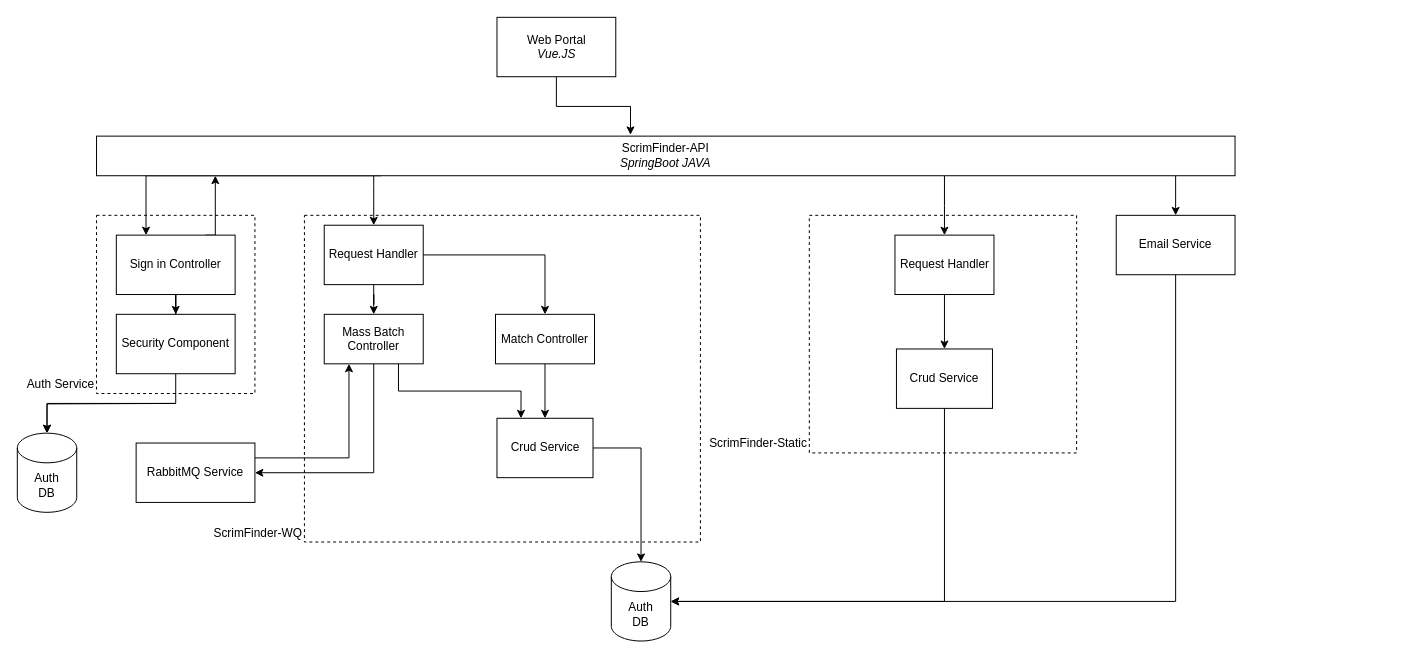
Above: page "C3" (3 of 3) of Documentation/UML/C4ScrimFinder.drawio in SemPlasmeijer/scrimFinder-Docker (draw.io), before the change. Source tidied: cells renumbered, new cells numbered last; positions are measured from the earlier drawing's top-left corner, leaving out a move shared by most shapes. Both pictures are drawn from the tidied source at 99%, with x=0, y=0 at pixel (17, 17).
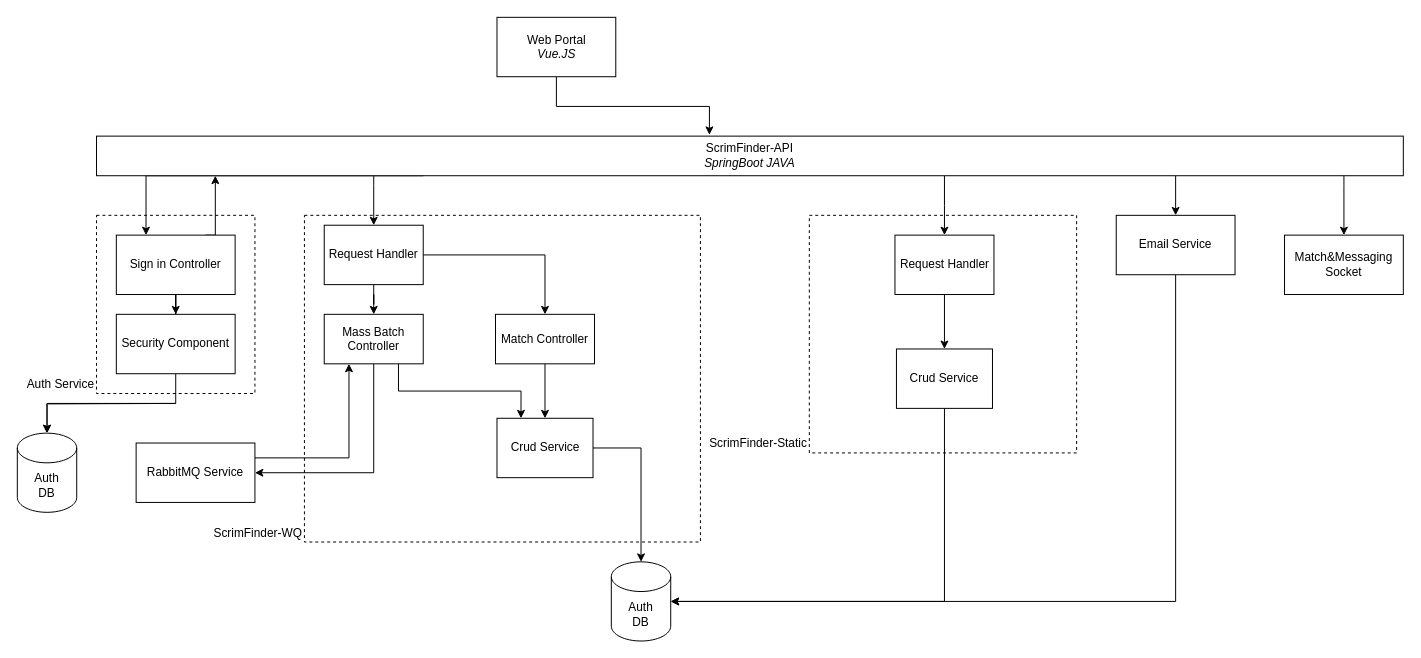
The same diagram, later.

What changed in the source:
```diff
@@
     <mxCell id="8" value="ScrimFinder-API&lt;br&gt;&lt;i&gt;SpringBoot JAVA&lt;/i&gt;" style="rounded=0;whiteSpace=wrap;html=1;" parent="1" vertex="1">
-      <mxGeometry x="80" y="120" width="1150" height="40" as="geometry" />
+      <mxGeometry x="80" y="120" width="1320" height="40" as="geometry" />
     </mxCell>
@@
+    <mxCell id="38" style="edgeStyle=orthogonalEdgeStyle;rounded=0;jettySize=auto;html=1;endArrow=none;endFill=0;startArrow=classic;startFill=1;" parent="1" edge="1" source="39">
+      <mxGeometry relative="1" as="geometry">
+        <mxPoint x="1340" y="160" as="targetPoint" />
+        <Array as="points">
+          <mxPoint x="1340" y="170" />
+          <mxPoint x="1340" y="170" />
+        </Array>
+      </mxGeometry>
+    </mxCell>
+    <mxCell id="39" value="Match&amp;amp;Messaging Socket" style="rounded=0;whiteSpace=wrap;html=1;" parent="1" vertex="1">
+      <mxGeometry x="1280" y="220" width="120" height="60" as="geometry" />
+    </mxCell>
```
